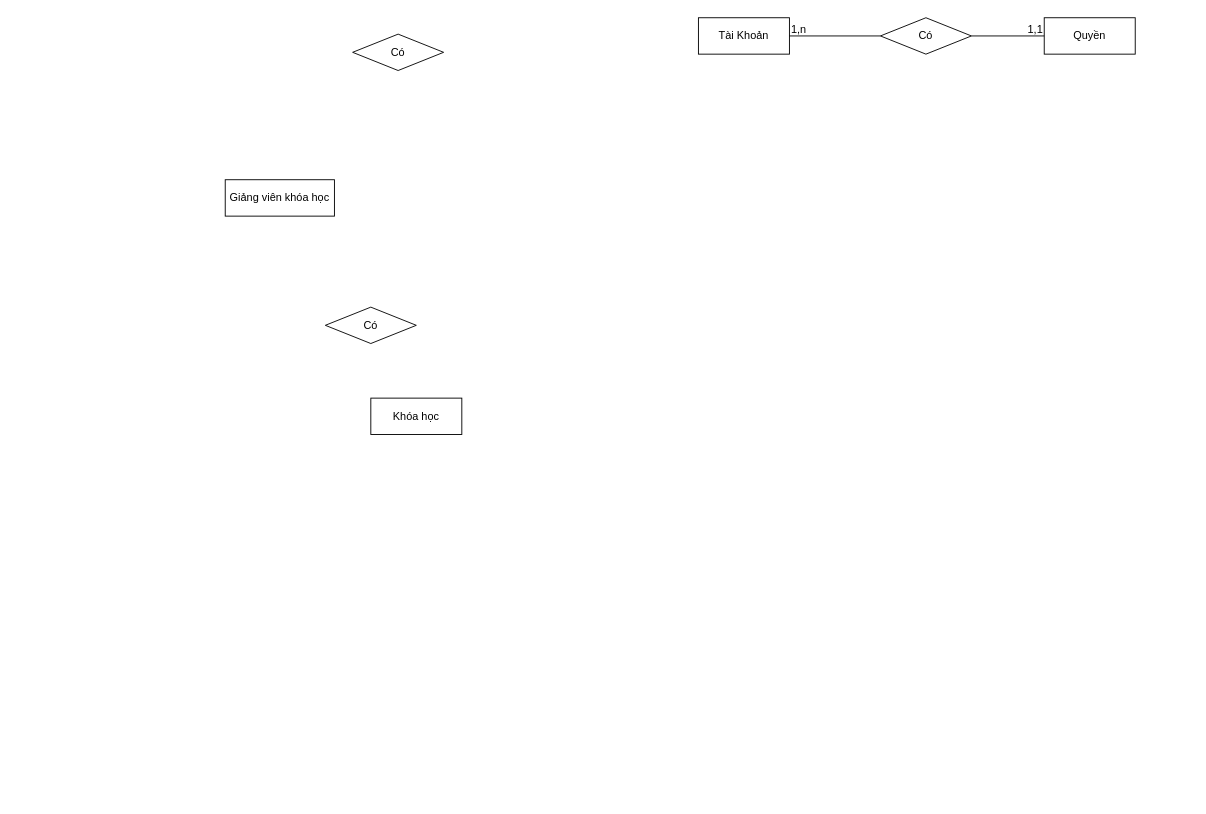
Earlier version of the draw.io diagram Untitled Diagram.drawio (trantrung28122003/ERD). Source tidied: cells renumbered, new cells numbered last; positions are measured from the earlier drawing's top-left corner, leaving out a move shared by most shapes. Both pictures are drawn from the tidied source at 91%, with x=0, y=0 at pixel (225, 15).
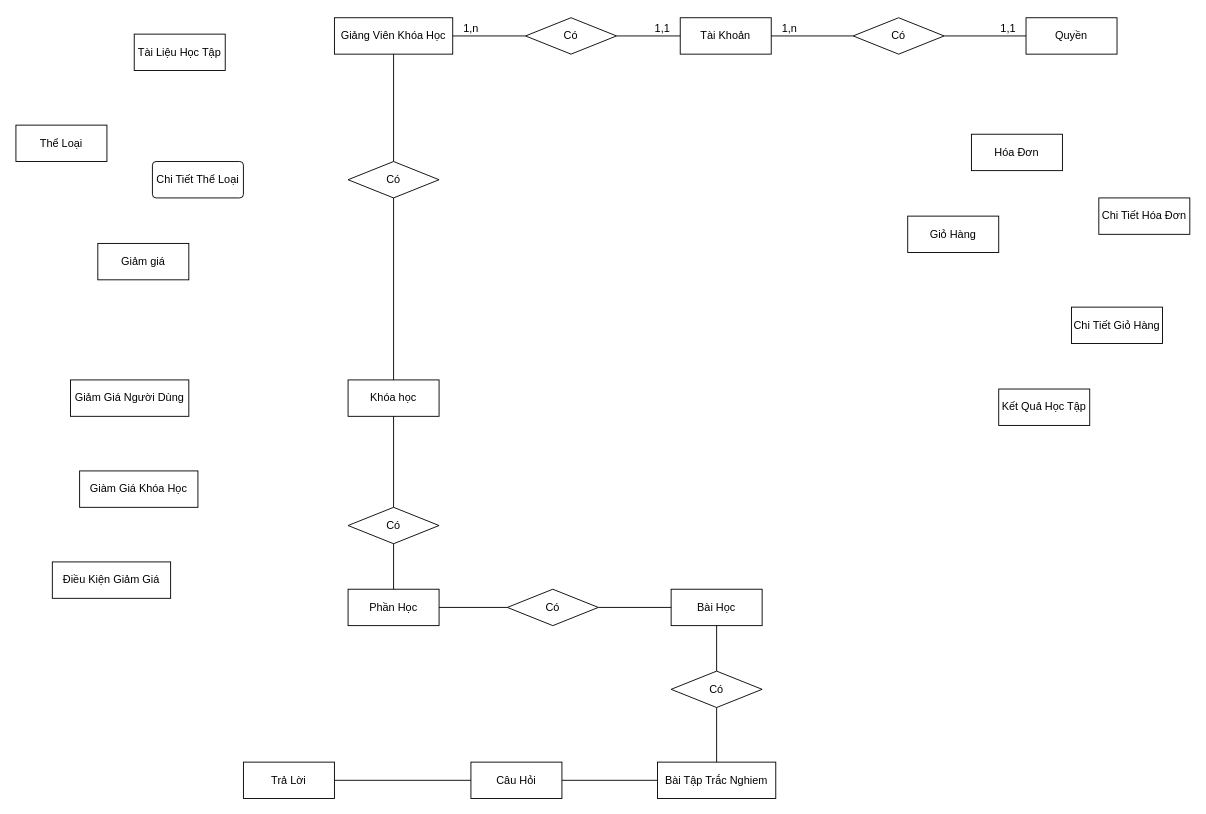
After the change.

What changed in the source:
```diff
@@
     <mxCell id="2" value="Có" style="shape=rhombus;perimeter=rhombusPerimeter;whiteSpace=wrap;html=1;align=center;fontSize=12;" parent="1" vertex="1">
-      <mxGeometry x="720" y="2" width="100" height="40" as="geometry" />
+      <mxGeometry x="690" y="2" width="100" height="40" as="geometry" />
     </mxCell>
     <mxCell id="3" value="Tài Khoản" style="whiteSpace=wrap;html=1;align=center;" parent="1" vertex="1">
-      <mxGeometry x="520" y="2" width="100" height="40" as="geometry" />
+      <mxGeometry x="500" y="2" width="100" height="40" as="geometry" />
     </mxCell>
     <mxCell id="4" value="Khóa học" style="whiteSpace=wrap;html=1;align=center;" parent="1" vertex="1">
-      <mxGeometry x="160" y="420" width="100" height="40" as="geometry" />
+      <mxGeometry x="135" y="400" width="100" height="40" as="geometry" />
     </mxCell>
     <mxCell id="5" value="Quyền" style="whiteSpace=wrap;html=1;align=center;" parent="1" vertex="1">
-      <mxGeometry x="900" y="2" width="100" height="40" as="geometry" />
+      <mxGeometry x="880" y="2" width="100" height="40" as="geometry" />
     </mxCell>
-    <mxCell id="6" style="endArrow=none;html=1;rounded=0;exitX=1;exitY=0.5;exitDx=0;exitDy=0;entryX=0;entryY=0.5;entryDx=0;entryDy=0;" parent="1" edge="1" source="3" target="2">
-      <mxGeometry relative="1" as="geometry" />
-    </mxCell>
-    <mxCell id="7" value="1,n" style="text;html=1;align=center;verticalAlign=middle;strokeColor=none;fillColor=none;" parent="1" vertex="1">
-      <mxGeometry x="610" width="40" height="30" as="geometry" />
-    </mxCell>
-    <mxCell id="8" style="endArrow=none;html=1;rounded=0;exitX=1;exitY=0.5;exitDx=0;exitDy=0;entryX=0;entryY=0.5;entryDx=0;entryDy=0;" parent="1" edge="1" source="2" target="5">
-      <mxGeometry relative="1" as="geometry" />
-    </mxCell>
-    <mxCell id="9" value="1,1" style="text;html=1;align=center;verticalAlign=middle;strokeColor=none;fillColor=none;" parent="1" vertex="1">
-      <mxGeometry x="870" width="40" height="30" as="geometry" />
-    </mxCell>
-    <mxCell id="10" value="Giảng viên khóa học" style="whiteSpace=wrap;html=1;align=center;" parent="1" vertex="1">
-      <mxGeometry y="180" width="120" height="40" as="geometry" />
+    <mxCell id="10" value="Giảng Viên Khóa Học" style="whiteSpace=wrap;html=1;align=center;" parent="1" vertex="1">
+      <mxGeometry x="120" y="2" width="130" height="40" as="geometry" />
     </mxCell>
     <mxCell id="11" value="Có" style="shape=rhombus;perimeter=rhombusPerimeter;whiteSpace=wrap;html=1;align=center;fontSize=12;" parent="1" vertex="1">
-      <mxGeometry x="140" y="20" width="100" height="40" as="geometry" />
+      <mxGeometry x="330" y="2" width="100" height="40" as="geometry" />
     </mxCell>
     <mxCell id="12" value="Có" style="shape=rhombus;perimeter=rhombusPerimeter;whiteSpace=wrap;html=1;align=center;fontSize=12;" parent="1" vertex="1">
-      <mxGeometry x="110" y="320" width="100" height="40" as="geometry" />
+      <mxGeometry x="490" y="720" width="100" height="40" as="geometry" />
     </mxCell>
+    <mxCell id="13" value="Chi Tiết Thể Loại" style="rounded=1;arcSize=10;whiteSpace=wrap;html=1;align=center;" parent="1" vertex="1">
+      <mxGeometry x="-80" y="160" width="100" height="40" as="geometry" />
+    </mxCell>
+    <mxCell id="14" value="Phần Học" style="whiteSpace=wrap;html=1;align=center;" parent="1" vertex="1">
+      <mxGeometry x="135" y="630" width="100" height="40" as="geometry" />
+    </mxCell>
+    <mxCell id="15" value="Bài Học" style="whiteSpace=wrap;html=1;align=center;" parent="1" vertex="1">
+      <mxGeometry x="490" y="630" width="100" height="40" as="geometry" />
+    </mxCell>
+    <mxCell id="16" value="Có" style="shape=rhombus;perimeter=rhombusPerimeter;whiteSpace=wrap;html=1;align=center;fontSize=12;" parent="1" vertex="1">
+      <mxGeometry x="135" y="540" width="100" height="40" as="geometry" />
+    </mxCell>
+    <mxCell id="17" value="Có" style="shape=rhombus;perimeter=rhombusPerimeter;whiteSpace=wrap;html=1;align=center;fontSize=12;" parent="1" vertex="1">
+      <mxGeometry x="310" y="630" width="100" height="40" as="geometry" />
+    </mxCell>
+    <mxCell id="18" value="Thể Loại" style="whiteSpace=wrap;html=1;align=center;" parent="1" vertex="1">
+      <mxGeometry x="-230" y="120" width="100" height="40" as="geometry" />
+    </mxCell>
+    <mxCell id="19" value="Kết Quả Học Tập" style="whiteSpace=wrap;html=1;align=center;" parent="1" vertex="1">
+      <mxGeometry x="850" y="410" width="100" height="40" as="geometry" />
+    </mxCell>
+    <mxCell id="20" value="Tài Liệu Học Tập" style="whiteSpace=wrap;html=1;align=center;" parent="1" vertex="1">
+      <mxGeometry x="-100" y="20" width="100" height="40" as="geometry" />
+    </mxCell>
+    <mxCell id="21" value="Hóa Đơn" style="whiteSpace=wrap;html=1;align=center;" parent="1" vertex="1">
+      <mxGeometry x="820" y="130" width="100" height="40" as="geometry" />
+    </mxCell>
+    <mxCell id="22" value="Chi Tiết Hóa Đơn" style="whiteSpace=wrap;html=1;align=center;" parent="1" vertex="1">
+      <mxGeometry x="960" y="200" width="100" height="40" as="geometry" />
+    </mxCell>
+    <mxCell id="23" value="Chi Tiết Giỏ Hàng" style="whiteSpace=wrap;html=1;align=center;" parent="1" vertex="1">
+      <mxGeometry x="930" y="320" width="100" height="40" as="geometry" />
+    </mxCell>
+    <mxCell id="24" value="Giỏ Hàng" style="whiteSpace=wrap;html=1;align=center;" parent="1" vertex="1">
+      <mxGeometry x="750" y="220" width="100" height="40" as="geometry" />
+    </mxCell>
+    <mxCell id="25" value="Giảm giá" style="whiteSpace=wrap;html=1;align=center;" parent="1" vertex="1">
+      <mxGeometry x="-140" y="250" width="100" height="40" as="geometry" />
+    </mxCell>
+    <mxCell id="26" value="Giàm Giá Khóa Học" style="whiteSpace=wrap;html=1;align=center;" parent="1" vertex="1">
+      <mxGeometry x="-160" y="500" width="130" height="40" as="geometry" />
+    </mxCell>
+    <mxCell id="27" value="Giảm Giá Người Dùng" style="whiteSpace=wrap;html=1;align=center;" parent="1" vertex="1">
+      <mxGeometry x="-170" y="400" width="130" height="40" as="geometry" />
+    </mxCell>
+    <mxCell id="28" value="Điều Kiện Giảm Giá" style="whiteSpace=wrap;html=1;align=center;" parent="1" vertex="1">
+      <mxGeometry x="-190" y="600" width="130" height="40" as="geometry" />
+    </mxCell>
+    <mxCell id="29" value="Bài Tập Trắc Nghiem" style="whiteSpace=wrap;html=1;align=center;" parent="1" vertex="1">
+      <mxGeometry x="475" y="820" width="130" height="40" as="geometry" />
+    </mxCell>
+    <mxCell id="30" value="Câu Hỏi" style="whiteSpace=wrap;html=1;align=center;" parent="1" vertex="1">
+      <mxGeometry x="270" y="820" width="100" height="40" as="geometry" />
+    </mxCell>
+    <mxCell id="31" value="Trả Lời" style="whiteSpace=wrap;html=1;align=center;" parent="1" vertex="1">
+      <mxGeometry x="20" y="820" width="100" height="40" as="geometry" />
+    </mxCell>
+    <mxCell id="6" style="endArrow=none;html=1;rounded=0;entryX=0;entryY=0.5;entryDx=0;entryDy=0;exitX=1;exitY=0.5;exitDx=0;exitDy=0;" parent="1" edge="1" source="3" target="2">
+      <mxGeometry relative="1" as="geometry" />
+    </mxCell>
+    <mxCell id="32" value="1,n" style="html=1;whiteSpace=wrap;align=left;verticalAlign=bottom;" parent="6" vertex="1">
+      <mxGeometry x="-1" relative="1" as="geometry">
+        <mxPoint x="10" as="offset" />
+      </mxGeometry>
+    </mxCell>
+    <mxCell id="33" style="html=1;whiteSpace=wrap;align=right;verticalAlign=bottom;" parent="6" vertex="1">
+      <mxGeometry x="1" relative="1" as="geometry" />
+    </mxCell>
+    <mxCell id="8" style="endArrow=none;html=1;rounded=0;exitX=1;exitY=0.5;exitDx=0;exitDy=0;entryX=0;entryY=0.5;entryDx=0;entryDy=0;" parent="1" edge="1" source="2" target="5">
+      <mxGeometry relative="1" as="geometry" />
+    </mxCell>
+    <mxCell id="34" value="1,1" style="html=1;whiteSpace=wrap;align=right;verticalAlign=bottom;" parent="8" vertex="1">
+      <mxGeometry x="1" relative="1" as="geometry">
+        <mxPoint x="-10" as="offset" />
+      </mxGeometry>
+    </mxCell>
+    <mxCell id="35" style="endArrow=none;html=1;rounded=0;exitX=1;exitY=0.5;exitDx=0;exitDy=0;entryX=0;entryY=0.5;entryDx=0;entryDy=0;" parent="1" edge="1" source="10" target="11">
+      <mxGeometry relative="1" as="geometry" />
+    </mxCell>
+    <mxCell id="36" value="1,n" style="html=1;whiteSpace=wrap;align=left;verticalAlign=bottom;" parent="35" vertex="1">
+      <mxGeometry x="-1" relative="1" as="geometry">
+        <mxPoint x="10" as="offset" />
+      </mxGeometry>
+    </mxCell>
+    <mxCell id="37" style="html=1;whiteSpace=wrap;align=right;verticalAlign=bottom;" parent="35" vertex="1">
+      <mxGeometry x="1" relative="1" as="geometry" />
+    </mxCell>
+    <mxCell id="38" style="endArrow=none;html=1;rounded=0;exitX=1;exitY=0.5;exitDx=0;exitDy=0;entryX=0;entryY=0.5;entryDx=0;entryDy=0;" parent="1" edge="1" source="11" target="3">
+      <mxGeometry relative="1" as="geometry" />
+    </mxCell>
+    <mxCell id="39" value="1,1" style="html=1;whiteSpace=wrap;align=right;verticalAlign=bottom;" parent="38" vertex="1">
+      <mxGeometry x="1" relative="1" as="geometry">
+        <mxPoint x="-10" as="offset" />
+      </mxGeometry>
+    </mxCell>
+    <mxCell id="40" value="Có" style="shape=rhombus;perimeter=rhombusPerimeter;whiteSpace=wrap;html=1;align=center;fontSize=12;" parent="1" vertex="1">
+      <mxGeometry x="135" y="160" width="100" height="40" as="geometry" />
+    </mxCell>
+    <mxCell id="41" style="endArrow=none;html=1;rounded=0;exitX=0.5;exitY=1;exitDx=0;exitDy=0;entryX=0.5;entryY=0;entryDx=0;entryDy=0;" parent="1" edge="1" source="10" target="40">
+      <mxGeometry relative="1" as="geometry" />
+    </mxCell>
+    <mxCell id="42" style="html=1;whiteSpace=wrap;align=left;verticalAlign=bottom;" parent="41" vertex="1">
+      <mxGeometry x="-1" relative="1" as="geometry">
+        <mxPoint x="10" as="offset" />
+      </mxGeometry>
+    </mxCell>
+    <mxCell id="43" style="html=1;whiteSpace=wrap;align=right;verticalAlign=bottom;" parent="41" vertex="1">
+      <mxGeometry x="1" relative="1" as="geometry" />
+    </mxCell>
+    <mxCell id="44" style="endArrow=none;html=1;rounded=0;exitX=0.5;exitY=1;exitDx=0;exitDy=0;entryX=0.5;entryY=0;entryDx=0;entryDy=0;" parent="1" edge="1" source="40" target="4">
+      <mxGeometry relative="1" as="geometry" />
+    </mxCell>
+    <mxCell id="45" style="html=1;whiteSpace=wrap;align=right;verticalAlign=bottom;" parent="44" vertex="1">
+      <mxGeometry x="1" relative="1" as="geometry">
+        <mxPoint x="-10" as="offset" />
+      </mxGeometry>
+    </mxCell>
+    <mxCell id="46" style="endArrow=none;html=1;rounded=0;exitX=0.5;exitY=1;exitDx=0;exitDy=0;entryX=0.5;entryY=0;entryDx=0;entryDy=0;" parent="1" edge="1" source="4" target="16">
+      <mxGeometry relative="1" as="geometry" />
+    </mxCell>
+    <mxCell id="47" style="endArrow=none;html=1;rounded=0;exitX=0.5;exitY=1;exitDx=0;exitDy=0;entryX=0.5;entryY=0;entryDx=0;entryDy=0;" parent="1" edge="1" source="16" target="14">
+      <mxGeometry relative="1" as="geometry" />
+    </mxCell>
+    <mxCell id="48" style="endArrow=none;html=1;rounded=0;exitX=1;exitY=0.5;exitDx=0;exitDy=0;entryX=0;entryY=0.5;entryDx=0;entryDy=0;" parent="1" edge="1" source="14" target="17">
+      <mxGeometry relative="1" as="geometry" />
+    </mxCell>
+    <mxCell id="49" style="endArrow=none;html=1;rounded=0;entryX=0;entryY=0.5;entryDx=0;entryDy=0;exitX=1;exitY=0.5;exitDx=0;exitDy=0;" parent="1" edge="1" source="17" target="15">
+      <mxGeometry relative="1" as="geometry" />
+    </mxCell>
+    <mxCell id="50" style="endArrow=none;html=1;rounded=0;entryX=0.5;entryY=1;entryDx=0;entryDy=0;exitX=0.5;exitY=0;exitDx=0;exitDy=0;" parent="1" edge="1" source="12" target="15">
+      <mxGeometry relative="1" as="geometry" />
+    </mxCell>
+    <mxCell id="51" style="endArrow=none;html=1;rounded=0;entryX=0.5;entryY=1;entryDx=0;entryDy=0;exitX=0.5;exitY=0;exitDx=0;exitDy=0;" parent="1" edge="1" source="29" target="12">
+      <mxGeometry relative="1" as="geometry" />
+    </mxCell>
+    <mxCell id="52" style="endArrow=none;html=1;rounded=0;exitX=1;exitY=0.5;exitDx=0;exitDy=0;entryX=0;entryY=0.5;entryDx=0;entryDy=0;" parent="1" edge="1" source="30" target="29">
+      <mxGeometry relative="1" as="geometry" />
+    </mxCell>
+    <mxCell id="53" style="endArrow=none;html=1;rounded=0;exitX=1;exitY=0.5;exitDx=0;exitDy=0;entryX=0;entryY=0.5;entryDx=0;entryDy=0;" parent="1" edge="1" source="31" target="30">
+      <mxGeometry relative="1" as="geometry" />
+    </mxCell>
```
